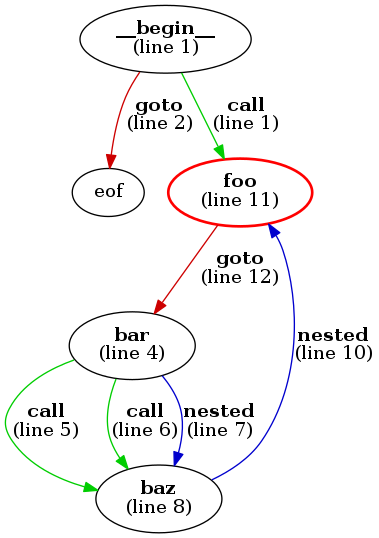
Above: examples/example1.png in microsoft/cmd-call-graph (Graphviz), before the change. Its source is kept beside it as examples/example1.dot.
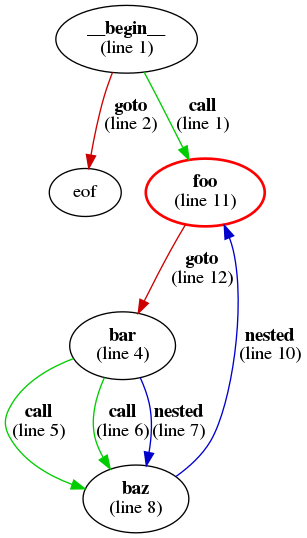
The same file after the commit.

What changed in the source:
```diff
@@ -2,12 +2,12 @@
 __begin__ [label=<<b>__begin__</b><br />(line 1)>]
 __begin__ -> eof [label=<<b>goto</b><br />(line 2)>,color=red3]
 __begin__ -> foo [label=<<b>call</b><br />(line 1)>,color=green3]
-foo [label=<<b>foo</b><br />(line 11)>,color=red,penwidth=2]
-foo -> bar [label=<<b>goto</b><br />(line 12)>,color=red3]
-baz [label=<<b>baz</b><br />(line 8)>]
-baz -> foo [label=<<b>nested</b><br />(line 10)>,color=blue3]
 bar [label=<<b>bar</b><br />(line 4)>]
 bar -> baz [label=<<b>call</b><br />(line 5)>,color=green3]
 bar -> baz [label=<<b>call</b><br />(line 6)>,color=green3]
 bar -> baz [label=<<b>nested</b><br />(line 7)>,color=blue3]
+baz [label=<<b>baz</b><br />(line 8)>]
+baz -> foo [label=<<b>nested</b><br />(line 10)>,color=blue3]
+foo [label=<<b>foo</b><br />(line 11)>,color=red,penwidth=2]
+foo -> bar [label=<<b>goto</b><br />(line 12)>,color=red3]
 }
```
